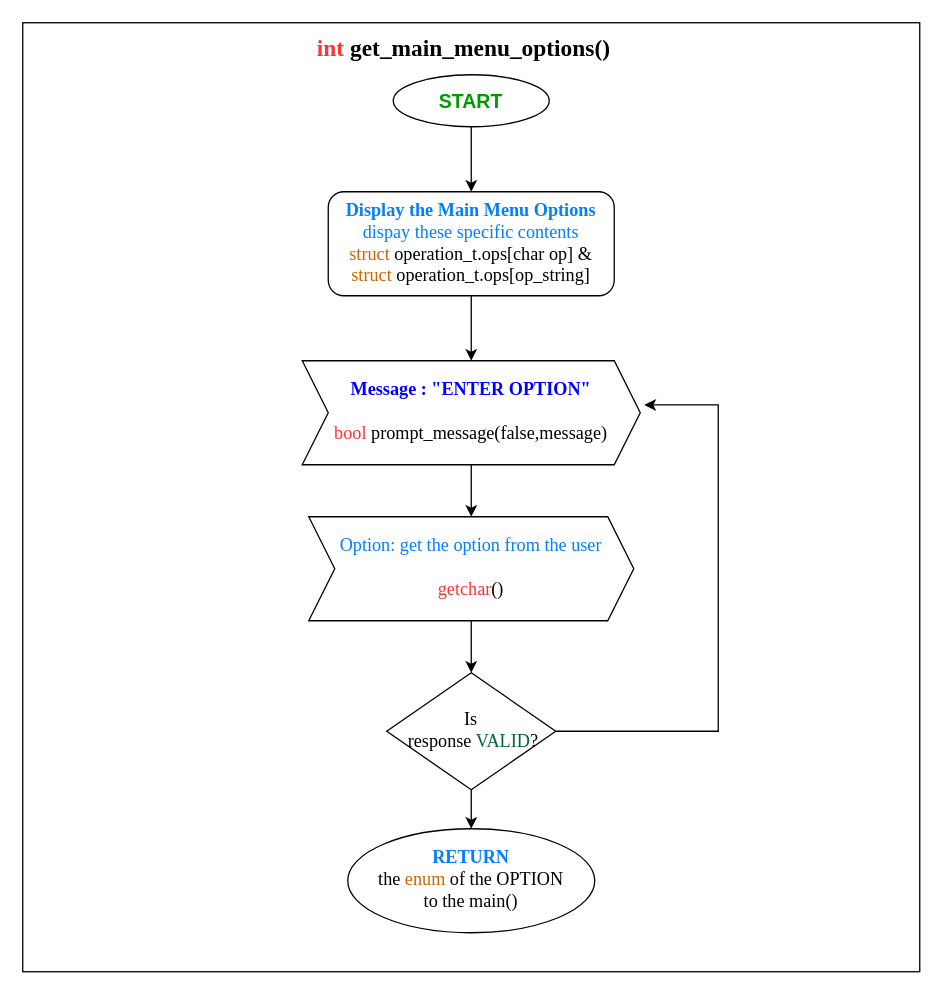
Earlier version of the draw.io diagram page "Page-1" (1 of 2) of MONICA._flowchart_after_tsdone.drawio (francis-job/MONICA_Design-Analysis). Source tidied: cells renumbered, new cells numbered last; positions are measured from the earlier drawing's top-left corner, leaving out a move shared by most shapes. Both pictures are drawn from the tidied source at 130%, with x=0, y=0 at pixel (22, 22).
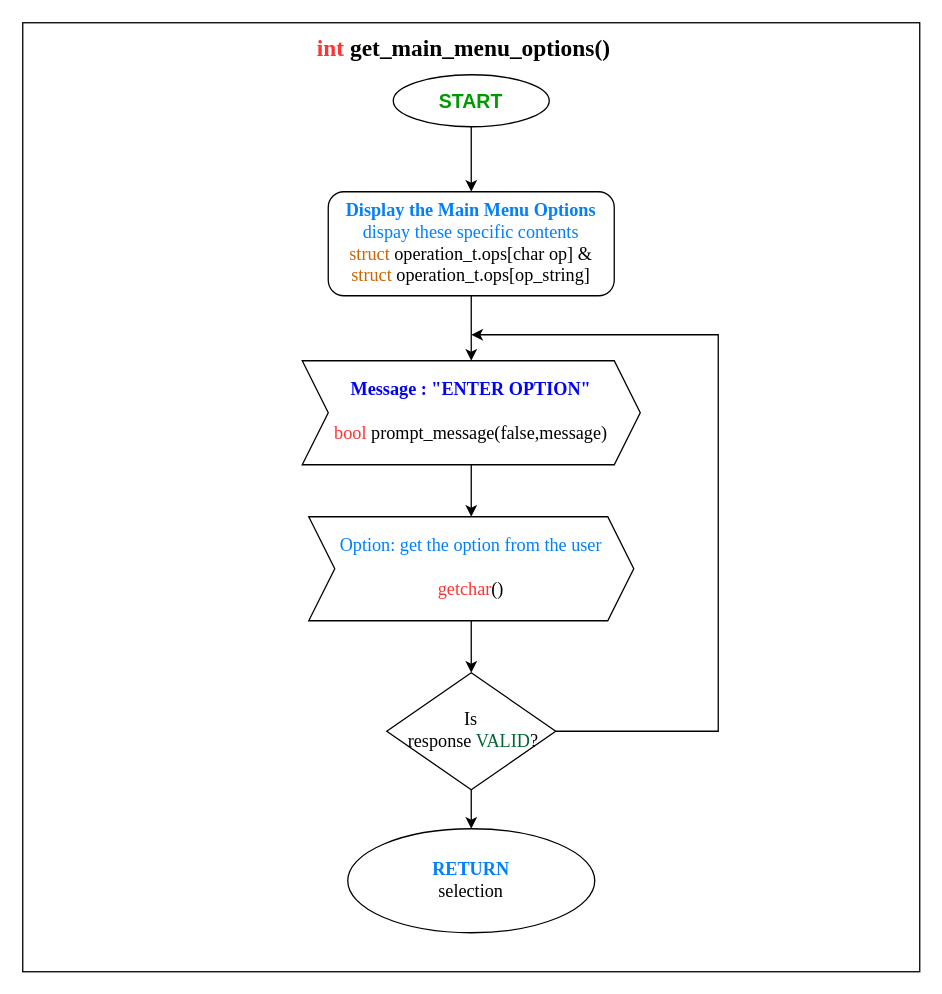
The same diagram, later.

Change to the diagram source:
```diff
@@
 <mxGraphModel>
   <root>
     <mxCell id="0" />
     <mxCell id="1" parent="0" />
     <mxCell id="2" style="rounded=0;whiteSpace=wrap;html=1;" parent="1" vertex="1">
       <mxGeometry width="690" height="730" as="geometry" />
     </mxCell>
     <mxCell id="3" style="edgeStyle=orthogonalEdgeStyle;rounded=0;jettySize=auto;html=1;exitX=0.5;exitY=1;exitDx=0;exitDy=0;entryX=0.5;entryY=0;entryDx=0;entryDy=0;" parent="1" edge="1" source="4">
       <mxGeometry relative="1" as="geometry">
         <mxPoint x="345" y="130" as="targetPoint" />
       </mxGeometry>
     </mxCell>
     <mxCell id="4" value="&lt;b&gt;&lt;font color=&quot;#009900&quot; style=&quot;font-size: 15px&quot;&gt;START&lt;/font&gt;&lt;/b&gt;" style="ellipse;whiteSpace=wrap;html=1;" parent="1" vertex="1">
       <mxGeometry x="285" y="40" width="120" height="40" as="geometry" />
     </mxCell>
     <mxCell id="5" style="edgeStyle=orthogonalEdgeStyle;rounded=0;jettySize=auto;html=1;exitX=0.5;exitY=1;exitDx=0;exitDy=0;" parent="1" edge="1" source="6" target="13">
       <mxGeometry relative="1" as="geometry" />
     </mxCell>
     <mxCell id="6" value="&lt;font face=&quot;Times New Roman&quot; style=&quot;font-size: 14px&quot;&gt;&lt;b&gt;&lt;font color=&quot;#0000ff&quot; style=&quot;font-size: 14px&quot;&gt;Message : &quot;ENTER OPTION&quot;&lt;/font&gt;&lt;br&gt;&lt;/b&gt;&lt;br&gt;&lt;font color=&quot;#ff3333&quot; style=&quot;font-size: 14px&quot;&gt;bool&lt;/font&gt; prompt_message(false,message)&lt;/font&gt;" style="shape=step;perimeter=stepPerimeter;whiteSpace=wrap;html=1;fixedSize=1;" parent="1" vertex="1">
       <mxGeometry x="215" y="260" width="260" height="80" as="geometry" />
     </mxCell>
     <mxCell id="7" style="edgeStyle=orthogonalEdgeStyle;rounded=0;jettySize=auto;html=1;exitX=0.5;exitY=1;exitDx=0;exitDy=0;entryX=0.5;entryY=0;entryDx=0;entryDy=0;" parent="1" edge="1" source="8" target="6">
       <mxGeometry relative="1" as="geometry" />
     </mxCell>
     <mxCell id="8" value="&lt;font face=&quot;Times New Roman&quot; style=&quot;font-size: 14px&quot;&gt;&lt;font color=&quot;#007fff&quot; style=&quot;font-size: 14px&quot;&gt;&lt;b&gt;Display&amp;nbsp;the Main Menu Options&lt;br&gt;&lt;/b&gt;dispay these specific contents&lt;br&gt;&lt;/font&gt;&lt;font color=&quot;#cc6600&quot; style=&quot;font-size: 14px&quot;&gt;struct&lt;/font&gt;&lt;span&gt;&amp;nbsp;operation_t.ops[char op] &amp;amp;&lt;/span&gt;&lt;br&gt;&lt;font color=&quot;#cc6600&quot; style=&quot;font-size: 14px&quot;&gt;struct&lt;/font&gt;&lt;span&gt;&amp;nbsp;operation_t.ops[op_string]&lt;/span&gt;&lt;/font&gt;" style="rounded=1;whiteSpace=wrap;html=1;" parent="1" vertex="1">
       <mxGeometry x="235" y="130" width="220" height="80" as="geometry" />
     </mxCell>
-    <mxCell id="9" style="edgeStyle=orthogonalEdgeStyle;rounded=0;jettySize=auto;html=1;exitX=1;exitY=0.5;exitDx=0;exitDy=0;entryX=1.012;entryY=0.425;entryDx=0;entryDy=0;entryPerimeter=0;" parent="1" edge="1" source="11" target="6">
+    <mxCell id="9" style="edgeStyle=orthogonalEdgeStyle;rounded=0;jettySize=auto;html=1;exitX=1;exitY=0.5;exitDx=0;exitDy=0;" parent="1" edge="1" source="11">
       <mxGeometry relative="1" as="geometry">
+        <mxPoint x="345" y="240" as="targetPoint" />
         <Array as="points">
           <mxPoint x="535" y="545" />
-          <mxPoint x="535" y="294" />
+          <mxPoint x="535" y="240" />
         </Array>
       </mxGeometry>
     </mxCell>
     <mxCell id="10" style="edgeStyle=orthogonalEdgeStyle;rounded=0;jettySize=auto;html=1;exitX=0.5;exitY=1;exitDx=0;exitDy=0;entryX=0.5;entryY=0;entryDx=0;entryDy=0;" parent="1" edge="1" source="11">
       <mxGeometry relative="1" as="geometry">
         <mxPoint x="345" y="620" as="targetPoint" />
       </mxGeometry>
     </mxCell>
     <mxCell id="11" value="&lt;font face=&quot;Times New Roman&quot; style=&quot;font-size: 14px&quot;&gt;Is&lt;br&gt;&amp;nbsp;response &lt;font style=&quot;font-size: 14px&quot; color=&quot;#006633&quot;&gt;VALID&lt;/font&gt;?&lt;/font&gt;" style="rhombus;whiteSpace=wrap;html=1;" parent="1" vertex="1">
       <mxGeometry x="280" y="500" width="130" height="90" as="geometry" />
     </mxCell>
     <mxCell id="12" style="edgeStyle=orthogonalEdgeStyle;rounded=0;jettySize=auto;html=1;exitX=0.5;exitY=1;exitDx=0;exitDy=0;" parent="1" edge="1" source="13" target="11">
       <mxGeometry relative="1" as="geometry" />
     </mxCell>
     <mxCell id="13" value="&lt;font style=&quot;font-size: 14px&quot; face=&quot;Times New Roman&quot;&gt;&lt;font color=&quot;#007fff&quot; style=&quot;font-size: 14px&quot;&gt;Option: get the option from the user&lt;br&gt;&lt;/font&gt;&lt;br&gt;&lt;font color=&quot;#ff3333&quot; style=&quot;font-size: 14px&quot;&gt;getchar&lt;/font&gt;()&lt;/font&gt;" style="shape=step;perimeter=stepPerimeter;whiteSpace=wrap;html=1;fixedSize=1;" parent="1" vertex="1">
       <mxGeometry x="220" y="380" width="250" height="80" as="geometry" />
     </mxCell>
-    <mxCell id="14" value="&lt;font color=&quot;#007fff&quot; style=&quot;font-family: &amp;#34;times new roman&amp;#34; ; font-size: 14px&quot;&gt;&lt;b&gt;RETURN&lt;/b&gt;&lt;/font&gt;&lt;br style=&quot;font-family: &amp;#34;times new roman&amp;#34; ; font-size: 14px&quot;&gt;&lt;span style=&quot;font-family: &amp;#34;times new roman&amp;#34; ; font-size: 14px&quot;&gt;the &lt;font color=&quot;#cc6600&quot;&gt;enum&lt;/font&gt; of the OPTION&lt;br&gt;to the main()&lt;br&gt;&lt;/span&gt;" style="ellipse;whiteSpace=wrap;html=1;" parent="1" vertex="1">
+    <mxCell id="14" value="&lt;font color=&quot;#007fff&quot; style=&quot;font-family: &amp;#34;times new roman&amp;#34; ; font-size: 14px&quot;&gt;&lt;b&gt;RETURN&lt;/b&gt;&lt;/font&gt;&lt;br style=&quot;font-family: &amp;#34;times new roman&amp;#34; ; font-size: 14px&quot;&gt;&lt;span style=&quot;font-family: &amp;#34;times new roman&amp;#34; ; font-size: 14px&quot;&gt;selection&lt;br&gt;&lt;/span&gt;" style="ellipse;whiteSpace=wrap;html=1;" parent="1" vertex="1">
       <mxGeometry x="250" y="620" width="190" height="80" as="geometry" />
     </mxCell>
     <mxCell id="15" value="&lt;font face=&quot;Times New Roman&quot; size=&quot;1&quot;&gt;&lt;b style=&quot;font-size: 18px&quot;&gt;&lt;font color=&quot;#ff3333&quot;&gt;int&lt;/font&gt; get_main_menu_options()&lt;/b&gt;&lt;/font&gt;" style="text;html=1;align=center;verticalAlign=middle;fillColor=none;strokeColor=none;rounded=0;" parent="1" vertex="1">
       <mxGeometry x="219" y="10" width="240" height="20" as="geometry" />
     </mxCell>
   </root>
 </mxGraphModel>
```
